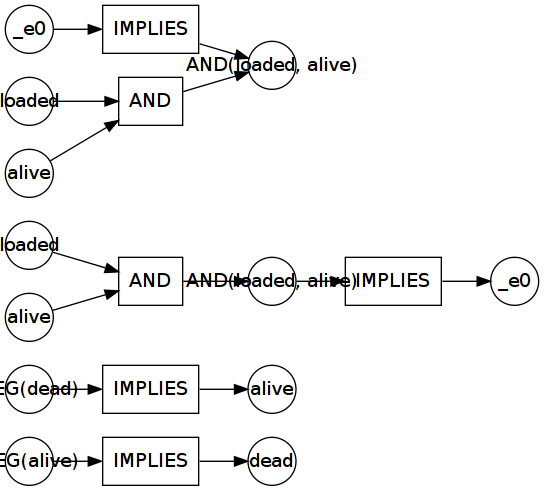
Above: examples/out/png/test.png in gsileno/lppneu (Graphviz), before the change. Its source is kept beside it as examples/out/dot/test.dot.
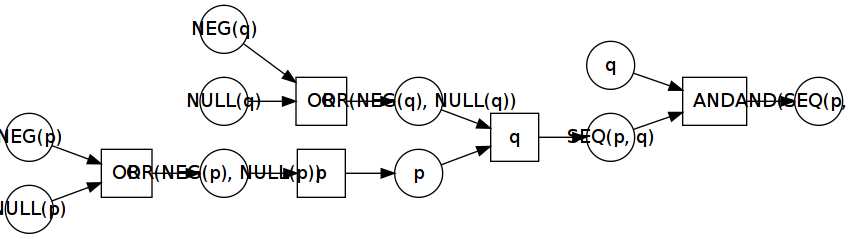
The same file after the commit.

The edit, as a diff of the source:
```diff
@@ -3,48 +3,37 @@
   subgraph place {
     graph [shape=circle,color=gray];
     node [shape=circle,fixedsize=true,width=.5];
-    _p0 [label="NEG(alive)"];
-    _p1 [label="dead"];
-    _p0 [label="NEG(alive)"];
-    _p1 [label="dead"];
-    _p4 [label="NEG(dead)"];
-    _p5 [label="alive"];
-    _p4 [label="NEG(dead)"];
-    _p5 [label="alive"];
-    _p8 [label="AND(loaded, alive)"];
-    _p9 [label="_e0"];
-    _p8 [label="AND(loaded, alive)"];
-    _p11 [label="loaded"];
-    _p12 [label="alive"];
-    _p9 [label="_e0"];
-    _p14 [label="_e0"];
-    _p15 [label="AND(loaded, alive)"];
-    _p14 [label="_e0"];
-    _p15 [label="AND(loaded, alive)"];
-    _p18 [label="loaded"];
-    _p19 [label="alive"];
+    _p0 [label="p"];
+    _p1 [label="q"];
+    _p2 [label="SEQ(p, q)"];
+    _p3 [label="AND(SEQ(p, q), q)"];
+    _p4 [label="OR(NEG(p), NULL(p))"];
+    _p5 [label="NEG(p)"];
+    _p6 [label="NULL(p)"];
+    _p7 [label="OR(NEG(q), NULL(q))"];
+    _p8 [label="NEG(q)"];
+    _p9 [label="NULL(q)"];
   }
   subgraph transitions {
     node [shape=rect,height=.5,width=.5];
-    _t0 [label="IMPLIES"];
-    _t1 [label="IMPLIES"];
-    _t2 [label="IMPLIES"];
-    _t3 [label="AND"];
-    _t4 [label="IMPLIES"];
-    _t5 [label="AND"];
+    _t0 [label="p"];
+    _t1 [label="q"];
+    _t2 [label="AND"];
+    _t3 [label="OR"];
+    _t4 [label="OR"];
   }
-  _p0 -> _t0 [] ;
-  _t0 -> _p1 [] ;
-  _p4 -> _t1 [] ;
-  _t1 -> _p5 [] ;
-  _p8 -> _t2 [] ;
-  _t2 -> _p9 [] ;
-  _t3 -> _p8 [] ;
-  _p11 -> _t3 [] ;
-  _p12 -> _t3 [] ;
-  _p14 -> _t4 [] ;
-  _t4 -> _p15 [] ;
-  _t5 -> _p15 [] ;
-  _p18 -> _t5 [] ;
-  _p19 -> _t5 [] ;
+  _p4 -> _t0 [] ;
+  _t0 -> _p0 [] ;
+  _p0 -> _t1 [] ;
+  _p7 -> _t1 [] ;
+  _t1 -> _p2 [] ;
+  _p2 -> _t2 [] ;
+  _p1 -> _t2 [] ;
+  _t2 -> _p3 [] ;
+  _t3 -> _p4 [] ;
+  _p5 -> _t3 [] ;
+  _p6 -> _t3 [] ;
+  _t4 -> _p7 [] ;
+  _p8 -> _t4 [] ;
+  _p9 -> _t4 [] ;
 }
```
